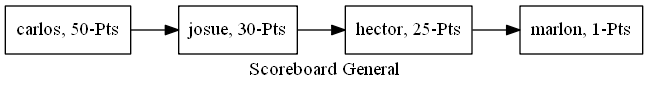
Above: Reportes/scoreboardGeneral.png in hr9457/EDD_1S2020_PY1_201314296 (Graphviz), before the change. Its source is kept beside it as ArchivosDot/scoreboardGeneral.dot. Source of this version:
```dot
digraph Scoreboard {
rankdir=LR;
Nodo0[shape=record,label="carlos, 50-Pts"];
Nodo1[shape=record,label="josue, 30-Pts"];
Nodo2[shape=record,label="hector, 25-Pts"];
Nodo3[shape=record,label="marlon, 1-Pts"];
Nodo0->Nodo1;
Nodo1->Nodo2;
Nodo2->Nodo3;
label="Scoreboard General";
}
```
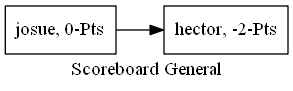
Later version of the same file.

Diff of the diagram source:
```diff
@@ -1,11 +1,7 @@
 digraph Scoreboard {
 rankdir=LR;
-Nodo0[shape=record,label="carlos, 50-Pts"];
-Nodo1[shape=record,label="josue, 30-Pts"];
-Nodo2[shape=record,label="hector, 25-Pts"];
-Nodo3[shape=record,label="marlon, 1-Pts"];
+Nodo0[shape=record,label="josue, 0-Pts"];
+Nodo1[shape=record,label="hector, -2-Pts"];
 Nodo0->Nodo1;
-Nodo1->Nodo2;
-Nodo2->Nodo3;
 label="Scoreboard General";
 }
```
